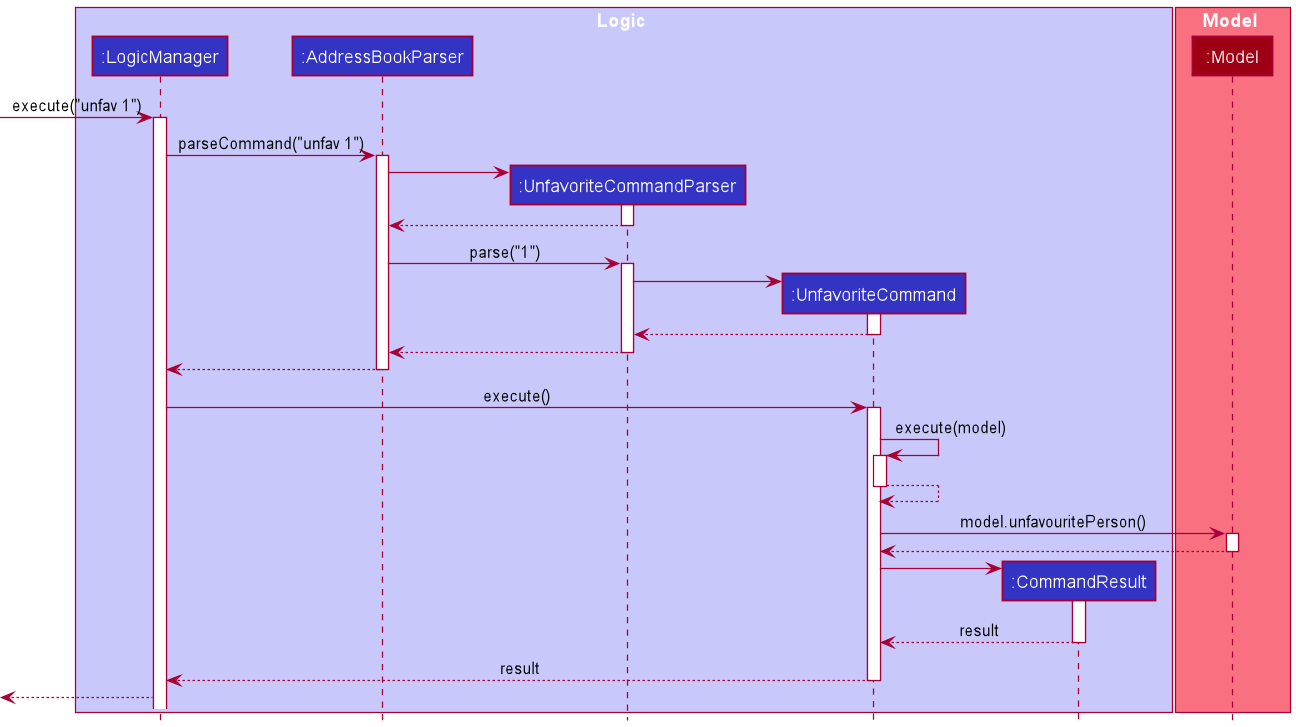
nus-cs2103-AY2122S1/tp keeps this PlantUML diagram as docs/images/UnfavoriteSequenceDiagram.png. Above is the earlier version.
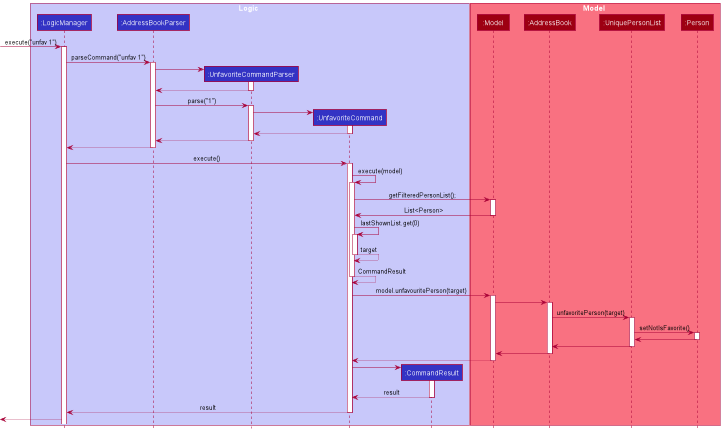
After the commit.

Diff of the diagram source:
```diff
@@ -11,6 +11,9 @@
 
 box Model MODEL_COLOR_T1
 participant ":Model" as Model MODEL_COLOR
+participant ":AddressBook" as AddressBook MODEL_COLOR
+participant ":UniquePersonList" as UniquePersonList MODEL_COLOR
+participant ":Person" as Person MODEL_COLOR
 end box
 
 [-> LogicManager : execute("unfav 1")
@@ -47,11 +50,43 @@
 
 UnfavoriteCommand -> UnfavoriteCommand : execute(model)
 activate UnfavoriteCommand
-UnfavoriteCommand --> UnfavoriteCommand :
+
+UnfavoriteCommand -> Model : getFilteredPersonList();
+activate Model
+
+Model -> UnfavoriteCommand : List<Person>
+deactivate Model
+
+UnfavoriteCommand -> UnfavoriteCommand : lastShownList.get(0)
+activate UnfavoriteCommand
+
+UnfavoriteCommand --> UnfavoriteCommand : target
 deactivate UnfavoriteCommand
 
-UnfavoriteCommand -> Model : model.unfavouritePerson()
+UnfavoriteCommand --> UnfavoriteCommand : CommandResult
+deactivate UnfavoriteCommand
+
+UnfavoriteCommand -> Model : model.unfavouritePerson(target)
 activate Model
+
+Model -> AddressBook
+activate AddressBook
+
+AddressBook -> UniquePersonList : unfavoritePerson(target)
+activate UniquePersonList
+
+UniquePersonList -> Person : setNotIsFavorite()
+activate Person
+
+Person -> UniquePersonList :
+deactivate Person
+
+UniquePersonList -> AddressBook :
+deactivate UniquePersonList
+
+AddressBook -> Model :
+deactivate AddressBook
+
 Model --> UnfavoriteCommand :
 deactivate Model
 
```
